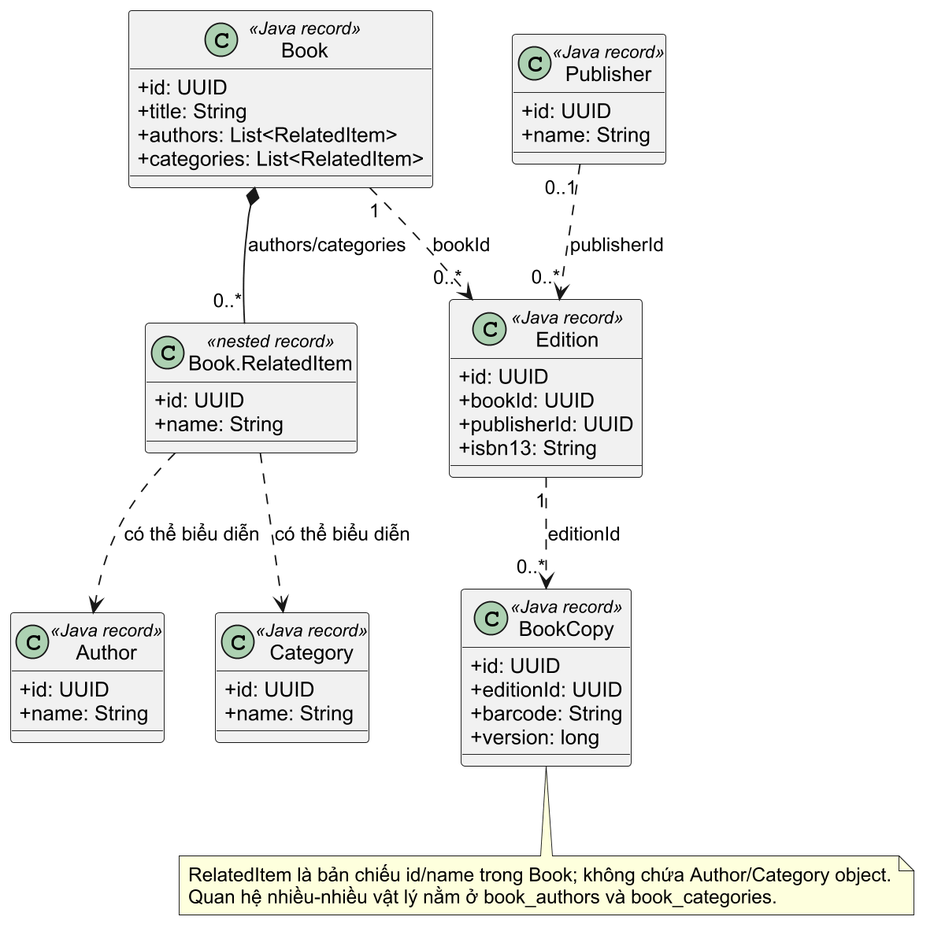
Earlier version of the PlantUML export ho-so-nop-bai/bao-cao/hinh/class-catalog.png (Shuuma4869/He-thong-quan-ly-va-khai-thac-thu-vien). Its diagram source:
```plantuml
@startuml
skinparam shadowing false
skinparam dpi 180
skinparam defaultFontName "Arial"
skinparam classAttributeIconSize 0
class Book <<Java record>> {
  +id: UUID
  +title: String
  +authors: List<RelatedItem>
  +categories: List<RelatedItem>
}
class "Book.RelatedItem" as RelatedItem <<nested record>> {
  +id: UUID
  +name: String
}
class Author <<Java record>> {
  +id: UUID
  +name: String
}
class Category <<Java record>> {
  +id: UUID
  +name: String
}
class Publisher <<Java record>> {
  +id: UUID
  +name: String
}
class Edition <<Java record>> {
  +id: UUID
  +bookId: UUID
  +publisherId: UUID
  +isbn13: String
}
class BookCopy <<Java record>> {
  +id: UUID
  +editionId: UUID
  +barcode: String
  +version: long
}
Book *-- "0..*" RelatedItem : authors/categories
Book "1" ..> "0..*" Edition : bookId
Edition "1" ..> "0..*" BookCopy : editionId
Publisher "0..1" ..> "0..*" Edition : publisherId
RelatedItem ..> Author : có thể biểu diễn
RelatedItem ..> Category : có thể biểu diễn
note bottom
  RelatedItem là bản chiếu id/name trong Book; không chứa Author/Category object.
  Quan hệ nhiều-nhiều vật lý nằm ở book_authors và book_categories.
end note
@enduml
```
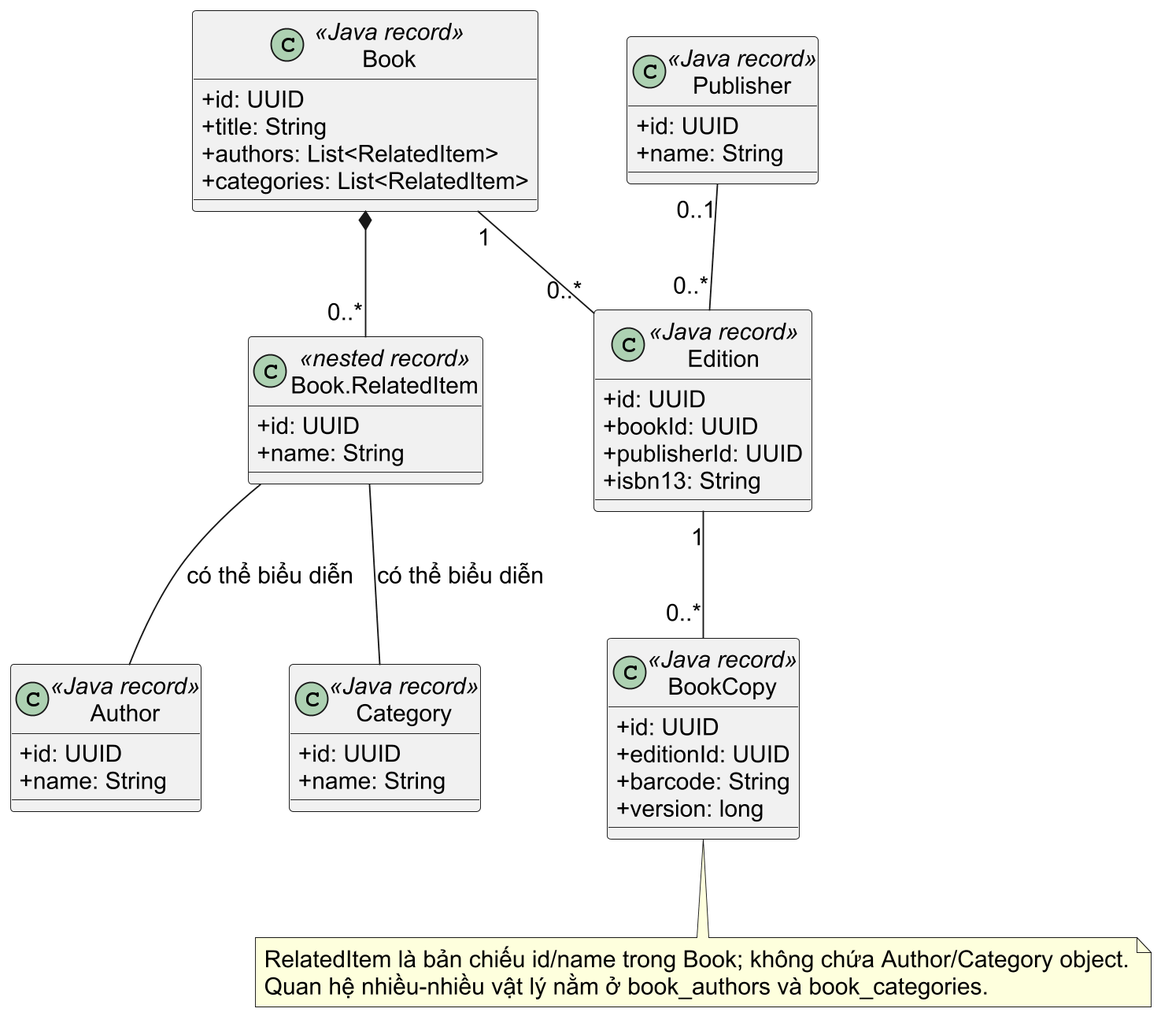
Later version of the same file.

Diff of the diagram source:
```diff
@@ -2,6 +2,9 @@
 skinparam shadowing false
 skinparam dpi 180
 skinparam defaultFontName "Arial"
+skinparam defaultFontSize 16
+skinparam nodesep 60
+skinparam ranksep 65
 skinparam classAttributeIconSize 0
 class Book <<Java record>> {
   +id: UUID
@@ -37,12 +40,12 @@
   +barcode: String
   +version: long
 }
-Book *-- "0..*" RelatedItem : authors/categories
-Book "1" ..> "0..*" Edition : bookId
-Edition "1" ..> "0..*" BookCopy : editionId
-Publisher "0..1" ..> "0..*" Edition : publisherId
-RelatedItem ..> Author : có thể biểu diễn
-RelatedItem ..> Category : có thể biểu diễn
+Book *-- "0..*" RelatedItem
+Book "1" -- "0..*" Edition
+Edition "1" -- "0..*" BookCopy
+Publisher "0..1" -- "0..*" Edition
+RelatedItem -- Author : có thể biểu diễn
+RelatedItem -- Category : có thể biểu diễn
 note bottom
   RelatedItem là bản chiếu id/name trong Book; không chứa Author/Category object.
   Quan hệ nhiều-nhiều vật lý nằm ở book_authors và book_categories.
```
